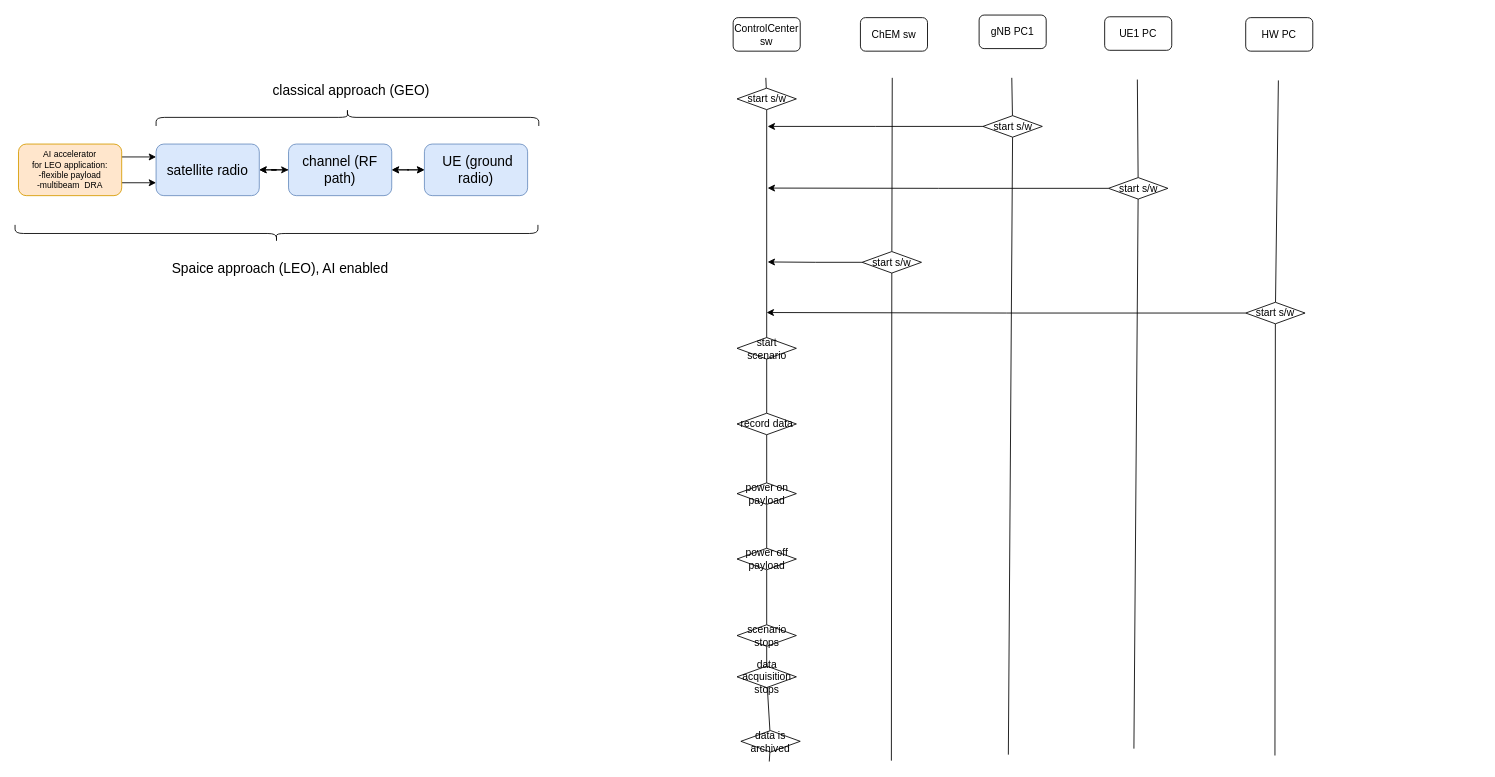
Before: spaice.drawio in JanThoemel/drawIO, a draw.io diagram. Source tidied: cells renumbered, new cells numbered last; positions are measured from the earlier drawing's top-left corner, leaving out a move shared by most shapes. Both pictures are drawn from the tidied source at 86%, with x=0, y=0 at pixel (18, -74).
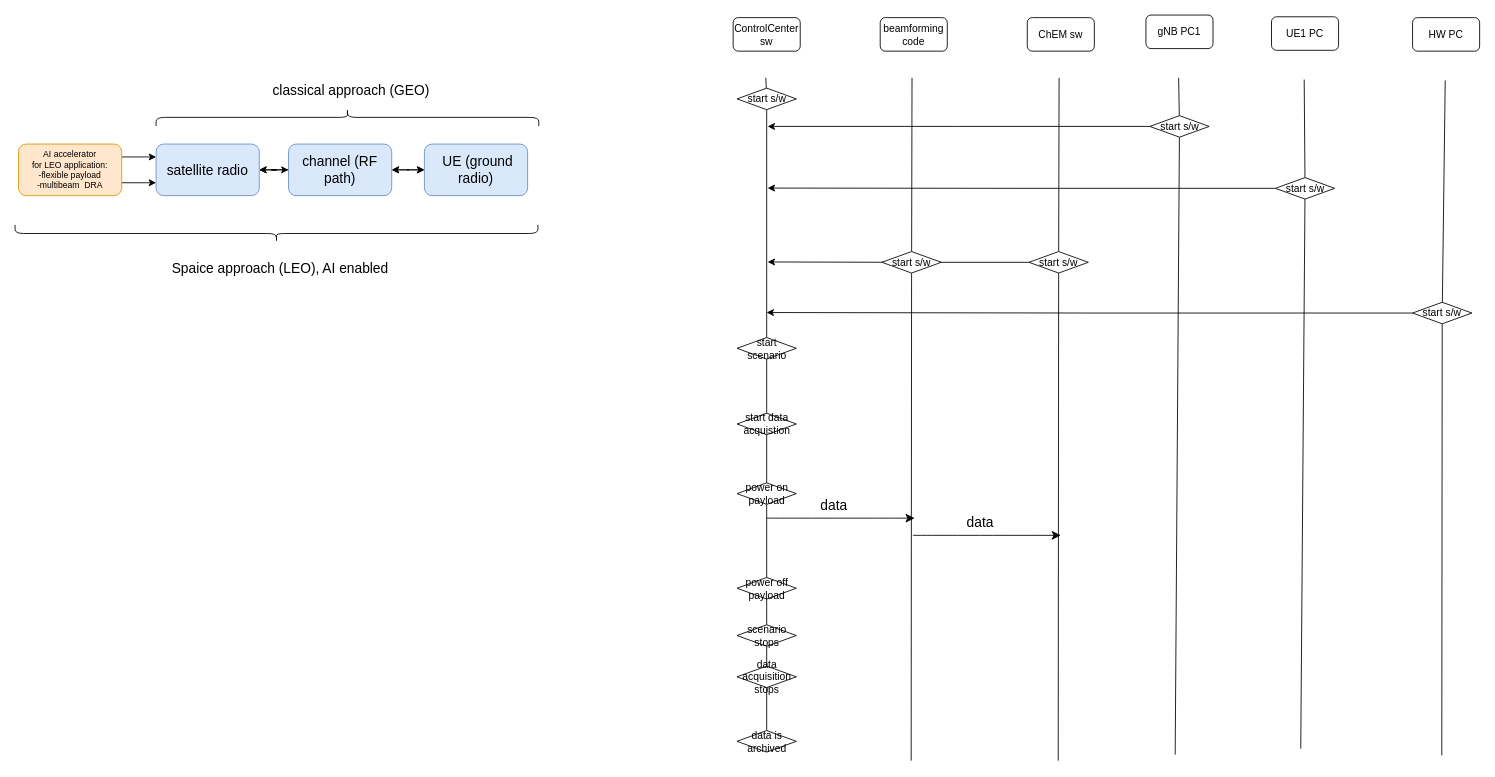
The same diagram, later.

Change to the diagram source:
```diff
@@
     <mxCell id="17" style="endArrow=none;html=1;rounded=0;" parent="1" edge="1" source="30">
       <mxGeometry relative="1" as="geometry">
-        <mxPoint x="1016" y="176" as="targetPoint" />
+        <mxPoint x="1210" y="176" as="targetPoint" />
       </mxGeometry>
     </mxCell>
     <mxCell id="18" style="endArrow=none;html=1;rounded=0;" parent="1" edge="1" source="33">
       <mxGeometry relative="1" as="geometry">
-        <mxPoint x="1155" y="176" as="targetPoint" />
+        <mxPoint x="1349" y="176" as="targetPoint" />
       </mxGeometry>
     </mxCell>
@@
     <mxCell id="20" value="ChEM sw" style="rounded=1;whiteSpace=wrap;html=1;" parent="1" vertex="1">
-      <mxGeometry x="979" y="106" width="78" height="39" as="geometry" />
+      <mxGeometry x="1173" y="106" width="78" height="39" as="geometry" />
     </mxCell>
     <mxCell id="21" value="gNB PC1" style="rounded=1;whiteSpace=wrap;html=1;" parent="1" vertex="1">
-      <mxGeometry x="1117" y="103" width="78" height="39" as="geometry" />
+      <mxGeometry x="1311" y="103" width="78" height="39" as="geometry" />
     </mxCell>
     <mxCell id="22" style="endArrow=none;html=1;rounded=0;" parent="1" edge="1" source="36">
       <mxGeometry relative="1" as="geometry">
-        <mxPoint x="1301" y="178" as="targetPoint" />
+        <mxPoint x="1495" y="178" as="targetPoint" />
       </mxGeometry>
     </mxCell>
     <mxCell id="23" value="&lt;div&gt;UE1 PC&lt;br&gt;&lt;/div&gt;" style="rounded=1;whiteSpace=wrap;html=1;" parent="1" vertex="1">
-      <mxGeometry x="1263" y="105" width="78" height="39" as="geometry" />
+      <mxGeometry x="1457" y="105" width="78" height="39" as="geometry" />
     </mxCell>
     <mxCell id="24" style="endArrow=none;html=1;rounded=0;" parent="1" edge="1" source="39">
       <mxGeometry relative="1" as="geometry">
-        <mxPoint x="1465" y="179" as="targetPoint" />
+        <mxPoint x="1659" y="179" as="targetPoint" />
       </mxGeometry>
     </mxCell>
     <mxCell id="25" value="HW PC" style="rounded=1;whiteSpace=wrap;html=1;" parent="1" vertex="1">
-      <mxGeometry x="1427" y="106" width="78" height="39" as="geometry" />
+      <mxGeometry x="1621" y="106" width="78" height="39" as="geometry" />
     </mxCell>
@@
     <mxCell id="28" style="endArrow=none;html=1;rounded=0;" parent="1" edge="1" target="30">
       <mxGeometry relative="1" as="geometry">
-        <mxPoint x="1015" y="970" as="sourcePoint" />
+        <mxPoint x="1209" y="970" as="sourcePoint" />
       </mxGeometry>
     </mxCell>
@@
     <mxCell id="30" value="start s/w" style="rhombus;whiteSpace=wrap;html=1;" parent="1" vertex="1">
-      <mxGeometry x="981" y="378" width="69" height="25" as="geometry" />
+      <mxGeometry x="1175" y="378" width="69" height="25" as="geometry" />
     </mxCell>
     <mxCell id="31" style="endArrow=none;html=1;rounded=0;" parent="1" edge="1" target="33">
       <mxGeometry relative="1" as="geometry">
-        <mxPoint x="1151" y="963" as="sourcePoint" />
+        <mxPoint x="1345" y="963" as="sourcePoint" />
       </mxGeometry>
     </mxCell>
@@
     <mxCell id="33" value="start s/w" style="rhombus;whiteSpace=wrap;html=1;" parent="1" vertex="1">
-      <mxGeometry x="1121.5" y="220" width="69" height="25" as="geometry" />
+      <mxGeometry x="1315.5" y="220" width="69" height="25" as="geometry" />
     </mxCell>
     <mxCell id="34" style="endArrow=none;html=1;rounded=0;" parent="1" edge="1" target="36">
       <mxGeometry relative="1" as="geometry">
-        <mxPoint x="1297" y="956" as="sourcePoint" />
+        <mxPoint x="1491" y="956" as="sourcePoint" />
       </mxGeometry>
     </mxCell>
@@
     <mxCell id="36" value="start s/w" style="rhombus;whiteSpace=wrap;html=1;" parent="1" vertex="1">
-      <mxGeometry x="1267.5" y="292" width="69" height="25" as="geometry" />
+      <mxGeometry x="1461.5" y="292" width="69" height="25" as="geometry" />
     </mxCell>
     <mxCell id="37" style="endArrow=none;html=1;rounded=0;" parent="1" edge="1" target="39">
       <mxGeometry relative="1" as="geometry">
-        <mxPoint x="1461" y="964" as="sourcePoint" />
+        <mxPoint x="1655" y="964" as="sourcePoint" />
       </mxGeometry>
     </mxCell>
@@
     <mxCell id="39" value="start s/w" style="rhombus;whiteSpace=wrap;html=1;" parent="1" vertex="1">
-      <mxGeometry x="1427" y="437" width="69" height="25" as="geometry" />
+      <mxGeometry x="1621" y="437" width="69" height="25" as="geometry" />
     </mxCell>
@@
-    <mxCell id="41" value="record data" style="rhombus;whiteSpace=wrap;html=1;" parent="1" vertex="1">
+    <mxCell id="41" value="start data acquistion" style="rhombus;whiteSpace=wrap;html=1;" parent="1" vertex="1">
       <mxGeometry x="835.5" y="566" width="69" height="25" as="geometry" />
     </mxCell>
@@
     <mxCell id="43" value="power off payload" style="rhombus;whiteSpace=wrap;html=1;" parent="1" vertex="1">
-      <mxGeometry x="835.5" y="723" width="69" height="25" as="geometry" />
+      <mxGeometry x="835.5" y="757" width="69" height="25" as="geometry" />
     </mxCell>
@@
-    <mxCell id="52" style="endArrow=none;html=1;rounded=0;" parent="1" edge="1" target="53">
-      <mxGeometry relative="1" as="geometry">
-        <mxPoint x="873" y="971" as="sourcePoint" />
-      </mxGeometry>
-    </mxCell>
     <mxCell id="53" value="data is archived" style="rhombus;whiteSpace=wrap;html=1;" parent="1" vertex="1">
-      <mxGeometry x="840" y="935" width="69" height="25" as="geometry" />
+      <mxGeometry x="835.5" y="935" width="69" height="25" as="geometry" />
     </mxCell>
+    <mxCell id="54" style="endArrow=classic;html=1;rounded=0;fontSize=12;startSize=8;endSize=8;curved=1;" parent="1" edge="1">
+      <mxGeometry relative="1" as="geometry">
+        <mxPoint x="870" y="688" as="sourcePoint" />
+        <mxPoint x="1042" y="688" as="targetPoint" />
+      </mxGeometry>
+    </mxCell>
+    <mxCell id="55" style="endArrow=none;html=1;rounded=0;" parent="1" edge="1" source="58">
+      <mxGeometry relative="1" as="geometry">
+        <mxPoint x="1039" y="176" as="targetPoint" />
+      </mxGeometry>
+    </mxCell>
+    <mxCell id="56" value="beamforming code" style="rounded=1;whiteSpace=wrap;html=1;" parent="1" vertex="1">
+      <mxGeometry x="1002" y="106" width="78" height="39" as="geometry" />
+    </mxCell>
+    <mxCell id="57" style="endArrow=none;html=1;rounded=0;" parent="1" edge="1" target="58">
+      <mxGeometry relative="1" as="geometry">
+        <mxPoint x="1038" y="970" as="sourcePoint" />
+      </mxGeometry>
+    </mxCell>
+    <mxCell id="58" value="start s/w" style="rhombus;whiteSpace=wrap;html=1;" parent="1" vertex="1">
+      <mxGeometry x="1004" y="378" width="69" height="25" as="geometry" />
+    </mxCell>
+    <mxCell id="59" value="data" style="text;html=1;strokeColor=none;fillColor=none;align=center;verticalAlign=middle;whiteSpace=wrap;rounded=0;fontSize=16;" parent="1" vertex="1">
+      <mxGeometry x="898" y="658" width="101" height="30" as="geometry" />
+    </mxCell>
+    <mxCell id="60" style="endArrow=classic;html=1;rounded=0;fontSize=12;startSize=8;endSize=8;curved=1;" parent="1" edge="1">
+      <mxGeometry relative="1" as="geometry">
+        <mxPoint x="1040" y="708" as="sourcePoint" />
+        <mxPoint x="1212" y="708" as="targetPoint" />
+      </mxGeometry>
+    </mxCell>
+    <mxCell id="61" value="data" style="text;html=1;strokeColor=none;fillColor=none;align=center;verticalAlign=middle;whiteSpace=wrap;rounded=0;fontSize=16;" parent="1" vertex="1">
+      <mxGeometry x="1068" y="678" width="101" height="30" as="geometry" />
+    </mxCell>
```
